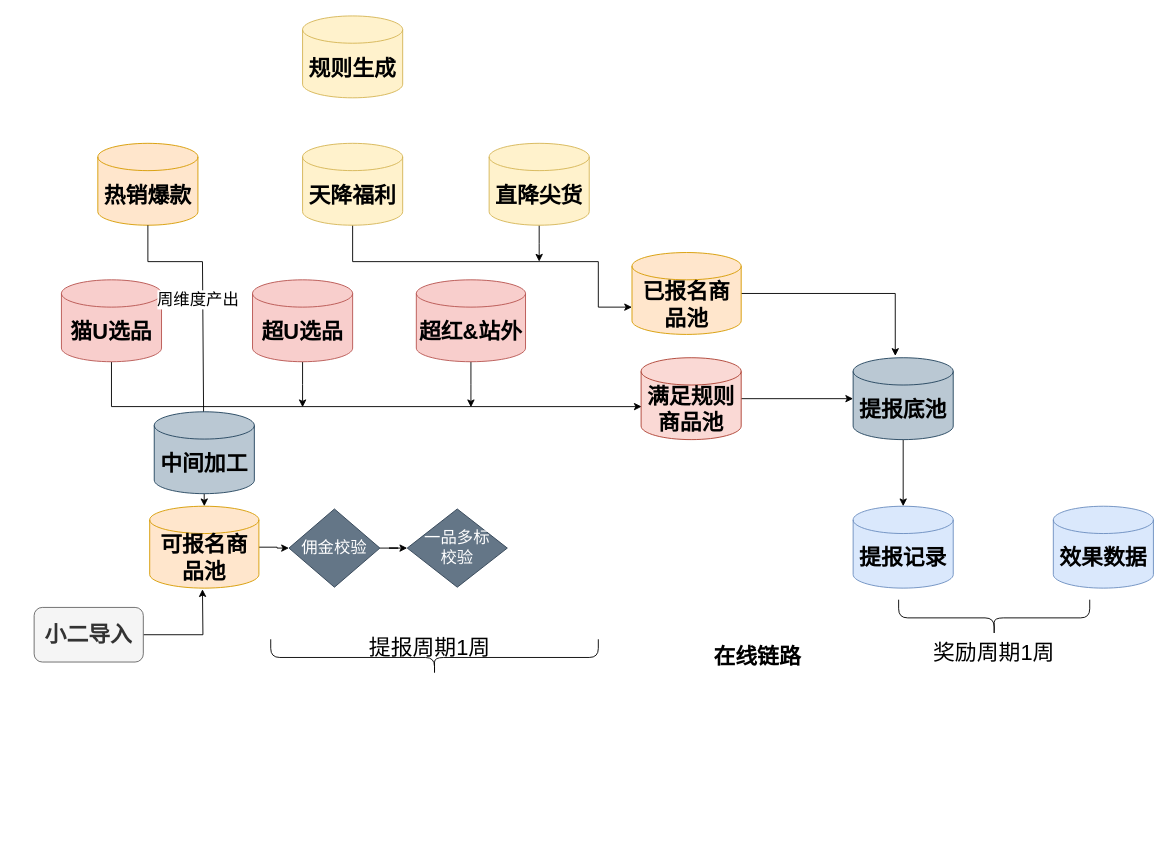
This is 淘客激励升级.drawio from RuishanFang/notes, a draw.io file, before an edit. Source tidied: cells renumbered, new cells numbered last; positions are measured from the earlier drawing's top-left corner, leaving out a move shared by most shapes. Both pictures are drawn from the tidied source at 91%, with x=0, y=0 at pixel (34, 15).
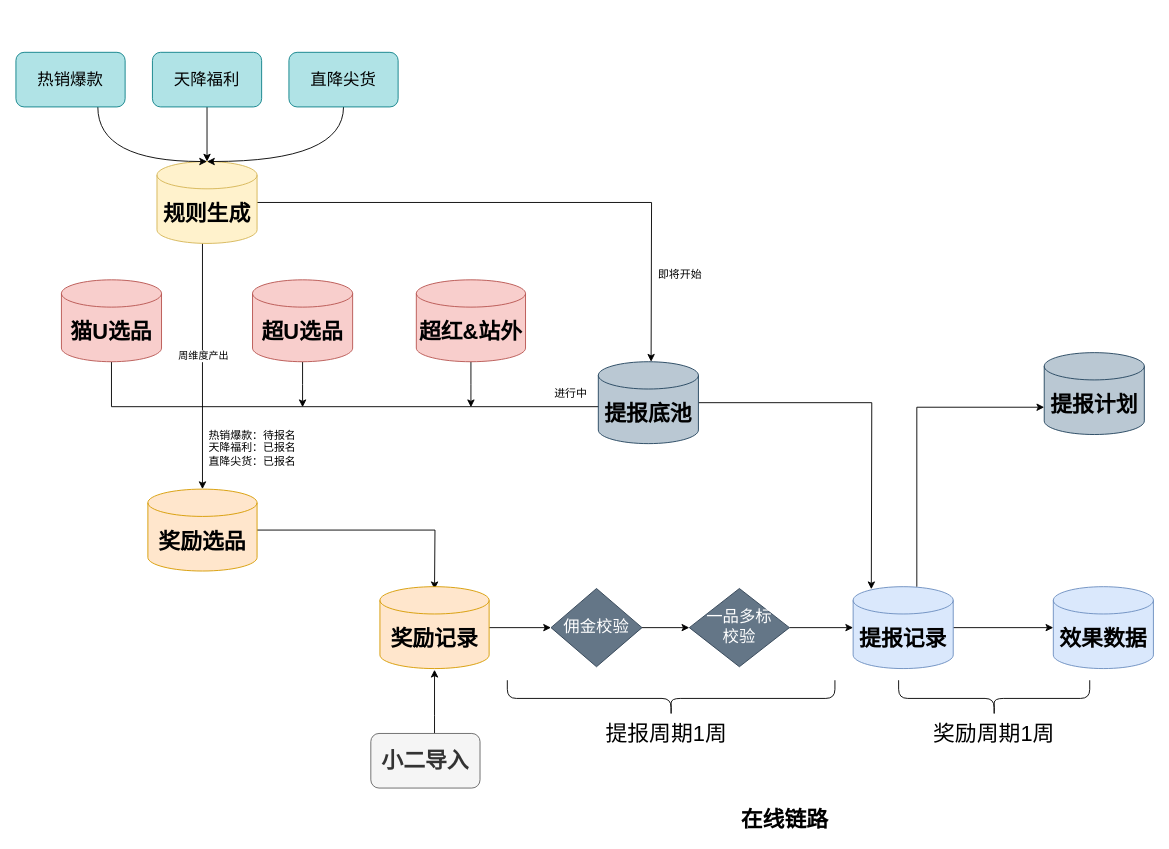
The same page after the edit.

Commit message:
更新淘客激励升级.drawio

The change refers to these unchanged cells:
```xml
<mxCell id="18" value="&lt;span style=&quot;font-size: 24px;&quot;&gt;猫U选品&lt;/span&gt;" style="shape=cylinder3;whiteSpace=wrap;html=1;boundedLbl=1;backgroundOutline=1;size=15;fillColor=#f8cecc;strokeColor=#b85450;fontStyle=1;" parent="1" vertex="1">
  <mxGeometry x="30" y="290" width="110" height="90" as="geometry" />
</mxCell>
```

The edit, as a diff of the source:
```diff
@@
-    <mxCell id="2" value="&lt;span style=&quot;font-size: 24px;&quot;&gt;热销爆款&lt;/span&gt;" style="shape=cylinder3;whiteSpace=wrap;html=1;boundedLbl=1;backgroundOutline=1;size=15;fillColor=#ffe6cc;strokeColor=#d79b00;fontStyle=1;" parent="1" vertex="1">
-      <mxGeometry x="70" y="140" width="110" height="90" as="geometry" />
-    </mxCell>
-    <mxCell id="3" style="edgeStyle=orthogonalEdgeStyle;rounded=0;jettySize=auto;html=1;entryX=0;entryY=0;entryDx=0;entryDy=60;entryPerimeter=0;" parent="1" edge="1" source="4" target="10">
-      <mxGeometry relative="1" as="geometry">
-        <Array as="points">
-          <mxPoint x="350" y="270" />
-          <mxPoint x="620" y="270" />
-          <mxPoint x="620" y="320" />
-        </Array>
-      </mxGeometry>
-    </mxCell>
-    <mxCell id="4" value="&lt;font style=&quot;font-size: 24px;&quot;&gt;&lt;b style=&quot;&quot;&gt;天降福利&lt;/b&gt;&lt;/font&gt;" style="shape=cylinder3;whiteSpace=wrap;html=1;boundedLbl=1;backgroundOutline=1;size=15;fillColor=#fff2cc;strokeColor=#d6b656;" parent="1" vertex="1">
-      <mxGeometry x="295" y="140" width="110" height="90" as="geometry" />
-    </mxCell>
-    <mxCell id="5" style="edgeStyle=orthogonalEdgeStyle;rounded=0;jettySize=auto;html=1;" parent="1" edge="1" source="6">
-      <mxGeometry relative="1" as="geometry">
-        <mxPoint x="555" y="270" as="targetPoint" />
-      </mxGeometry>
-    </mxCell>
-    <mxCell id="6" value="&lt;font style=&quot;font-size: 24px;&quot;&gt;&lt;b style=&quot;&quot;&gt;直降尖货&lt;/b&gt;&lt;/font&gt;" style="shape=cylinder3;whiteSpace=wrap;html=1;boundedLbl=1;backgroundOutline=1;size=15;fillColor=#fff2cc;strokeColor=#d6b656;" parent="1" vertex="1">
-      <mxGeometry x="500" y="140" width="110" height="90" as="geometry" />
-    </mxCell>
-    <mxCell id="7" style="edgeStyle=orthogonalEdgeStyle;rounded=0;jettySize=auto;html=1;" parent="1" edge="1" source="8" target="29">
-      <mxGeometry relative="1" as="geometry" />
-    </mxCell>
+    <mxCell id="37" style="edgeStyle=orthogonalEdgeStyle;rounded=0;jettySize=auto;html=1;" parent="1" edge="1" source="8">
+      <mxGeometry relative="1" as="geometry">
+        <mxPoint x="440" y="630" as="targetPoint" />
+      </mxGeometry>
+    </mxCell>
-    <mxCell id="8" value="&lt;font style=&quot;font-size: 24px;&quot;&gt;&lt;b style=&quot;&quot;&gt;可报名商品池&lt;/b&gt;&lt;/font&gt;" style="shape=cylinder3;whiteSpace=wrap;html=1;boundedLbl=1;backgroundOutline=1;size=15;fillColor=#ffe6cc;strokeColor=#d79b00;" parent="1" vertex="1">
-      <mxGeometry x="127" y="538.8" width="120" height="90" as="geometry" />
+    <mxCell id="8" value="&lt;span style=&quot;font-size: 24px;&quot;&gt;&lt;b&gt;奖励选品&lt;/b&gt;&lt;/span&gt;" style="shape=cylinder3;whiteSpace=wrap;html=1;boundedLbl=1;backgroundOutline=1;size=15;fillColor=#ffe6cc;strokeColor=#d79b00;" parent="1" vertex="1">
+      <mxGeometry x="125" y="520" width="120" height="90" as="geometry" />
     </mxCell>
-    <mxCell id="9" style="edgeStyle=orthogonalEdgeStyle;rounded=0;jettySize=auto;html=1;entryX=0.421;entryY=-0.022;entryDx=0;entryDy=0;entryPerimeter=0;" parent="1" edge="1" source="10" target="34">
-      <mxGeometry relative="1" as="geometry" />
-    </mxCell>
-    <mxCell id="10" value="&lt;span style=&quot;font-size: 24px;&quot;&gt;&lt;b&gt;已报名商品池&lt;/b&gt;&lt;/span&gt;" style="shape=cylinder3;whiteSpace=wrap;html=1;boundedLbl=1;backgroundOutline=1;size=15;fillColor=#ffe6cc;strokeColor=#d79b00;" parent="1" vertex="1">
-      <mxGeometry x="657" y="260" width="120" height="90" as="geometry" />
-    </mxCell>
+    <mxCell id="38" style="edgeStyle=orthogonalEdgeStyle;rounded=0;jettySize=auto;html=1;" parent="1" edge="1" source="11" target="12">
+      <mxGeometry relative="1" as="geometry" />
+    </mxCell>
     <mxCell id="11" value="&lt;font style=&quot;font-size: 24px;&quot;&gt;&lt;b style=&quot;&quot;&gt;提报记录&lt;/b&gt;&lt;/font&gt;" style="shape=cylinder3;whiteSpace=wrap;html=1;boundedLbl=1;backgroundOutline=1;size=15;fillColor=#dae8fc;strokeColor=#6c8ebf;" parent="1" vertex="1">
-      <mxGeometry x="900" y="538.8" width="110" height="90" as="geometry" />
+      <mxGeometry x="900" y="627.2" width="110" height="90" as="geometry" />
     </mxCell>
     <mxCell id="12" value="&lt;font style=&quot;font-size: 24px;&quot;&gt;&lt;b style=&quot;&quot;&gt;效果数据&lt;/b&gt;&lt;/font&gt;" style="shape=cylinder3;whiteSpace=wrap;html=1;boundedLbl=1;backgroundOutline=1;size=15;fillColor=#dae8fc;strokeColor=#6c8ebf;" parent="1" vertex="1">
-      <mxGeometry x="1120" y="538.8" width="110" height="90" as="geometry" />
+      <mxGeometry x="1120" y="627.2" width="110" height="90" as="geometry" />
     </mxCell>
     <mxCell id="13" style="shape=curlyBracket;whiteSpace=wrap;html=1;rounded=1;labelPosition=left;verticalLabelPosition=middle;align=right;verticalAlign=middle;rotation=-90;" parent="1" vertex="1">
-      <mxGeometry x="420" y="525" width="40" height="360" as="geometry" />
+      <mxGeometry x="680" y="570" width="40" height="360" as="geometry" />
     </mxCell>
     <mxCell id="14" style="shape=curlyBracket;whiteSpace=wrap;html=1;rounded=1;labelPosition=left;verticalLabelPosition=middle;align=right;verticalAlign=middle;rotation=-90;" parent="1" vertex="1">
-      <mxGeometry x="1035" y="556.5" width="40" height="210" as="geometry" />
+      <mxGeometry x="1035" y="645" width="40" height="210" as="geometry" />
     </mxCell>
     <mxCell id="15" value="&lt;font style=&quot;font-size: 24px;&quot;&gt;提报周期1周&lt;/font&gt;" style="text;html=1;strokeColor=none;fillColor=none;align=center;verticalAlign=middle;whiteSpace=wrap;rounded=0;" parent="1" vertex="1">
-      <mxGeometry x="360" y="680" width="150" height="30" as="geometry" />
+      <mxGeometry x="620" y="773.8" width="150" height="30" as="geometry" />
     </mxCell>
     <mxCell id="16" value="&lt;font style=&quot;font-size: 24px;&quot;&gt;奖励周期1周&lt;/font&gt;" style="text;html=1;strokeColor=none;fillColor=none;align=center;verticalAlign=middle;whiteSpace=wrap;rounded=0;" parent="1" vertex="1">
-      <mxGeometry x="980" y="685.2" width="150" height="30" as="geometry" />
+      <mxGeometry x="980" y="773.8" width="150" height="30" as="geometry" />
     </mxCell>
-    <mxCell id="17" style="edgeStyle=orthogonalEdgeStyle;rounded=0;jettySize=auto;html=1;entryX=0.006;entryY=0.597;entryDx=0;entryDy=0;entryPerimeter=0;" parent="1" edge="1" source="18" target="31">
+    <mxCell id="17" style="edgeStyle=orthogonalEdgeStyle;rounded=0;jettySize=auto;html=1;entryX=0.006;entryY=0.597;entryDx=0;entryDy=0;entryPerimeter=0;" parent="1" edge="1" source="18">
       <mxGeometry relative="1" as="geometry">
+        <mxPoint x="667.7" y="429.4" as="targetPoint" />
         <Array as="points">
           <mxPoint x="85" y="429" />
         </Array>
       </mxGeometry>
     </mxCell>
@@
     <mxCell id="23" style="edgeStyle=orthogonalEdgeStyle;rounded=0;jettySize=auto;html=1;" parent="1" edge="1" source="24">
       <mxGeometry relative="1" as="geometry">
-        <mxPoint x="185" y="630" as="targetPoint" />
+        <mxPoint x="440" y="718.5" as="targetPoint" />
+        <Array as="points">
+          <mxPoint x="440" y="768.5" />
+          <mxPoint x="440" y="718.5" />
+        </Array>
       </mxGeometry>
     </mxCell>
     <mxCell id="24" value="&lt;font style=&quot;font-size: 24px;&quot;&gt;&lt;b&gt;小二导入&lt;/b&gt;&lt;/font&gt;" style="rounded=1;whiteSpace=wrap;html=1;fillColor=#f5f5f5;fontColor=#333333;strokeColor=#666666;" parent="1" vertex="1">
-      <mxGeometry y="650" width="120" height="60" as="geometry" />
+      <mxGeometry x="370" y="788.5" width="120" height="60" as="geometry" />
     </mxCell>
     <mxCell id="25" value="&lt;font style=&quot;font-size: 24px;&quot;&gt;&lt;b&gt;在线链路&lt;/b&gt;&lt;/font&gt;" style="text;html=1;strokeColor=none;fillColor=none;align=center;verticalAlign=middle;whiteSpace=wrap;rounded=0;" parent="1" vertex="1">
-      <mxGeometry x="740" y="690" width="110" height="30" as="geometry" />
+      <mxGeometry x="770" y="868.5" width="110" height="30" as="geometry" />
     </mxCell>
-    <mxCell id="26" style="endArrow=classic;html=1;rounded=0;exitX=0.5;exitY=1;exitDx=0;exitDy=0;exitPerimeter=0;entryX=0.5;entryY=0;entryDx=0;entryDy=0;entryPerimeter=0;" parent="1" edge="1" source="2" target="8">
-      <mxGeometry relative="1" as="geometry">
-        <Array as="points">
-          <mxPoint x="125" y="270" />
-          <mxPoint x="185" y="270" />
-        </Array>
-      </mxGeometry>
-    </mxCell>
-    <mxCell id="27" value="&lt;font style=&quot;font-size: 18px;&quot;&gt;周维度产出&lt;/font&gt;" style="edgeLabel;html=1;align=center;verticalAlign=middle;" parent="26" vertex="1">
-      <mxGeometry x="0.12" y="-2" relative="1" as="geometry">
-        <mxPoint x="-4" y="-66" as="offset" />
-      </mxGeometry>
-    </mxCell>
@@
     <mxCell id="29" value="&lt;font style=&quot;font-size: 18px;&quot;&gt;佣金校验&lt;/font&gt;" style="rhombus;whiteSpace=wrap;html=1;fillColor=#647687;fontColor=#ffffff;strokeColor=#314354;" parent="1" vertex="1">
-      <mxGeometry x="280" y="541.8" width="100" height="86" as="geometry" />
+      <mxGeometry x="568" y="629.2" width="100" height="86" as="geometry" />
     </mxCell>
-    <mxCell id="30" style="edgeStyle=orthogonalEdgeStyle;rounded=0;jettySize=auto;html=1;" parent="1" edge="1" source="31" target="34">
-      <mxGeometry relative="1" as="geometry" />
-    </mxCell>
-    <mxCell id="31" value="&lt;font style=&quot;font-size: 24px;&quot;&gt;&lt;b style=&quot;&quot;&gt;满足规则商品池&lt;/b&gt;&lt;/font&gt;" style="shape=cylinder3;whiteSpace=wrap;html=1;boundedLbl=1;backgroundOutline=1;size=15;fillColor=#fad9d5;strokeColor=#ae4132;" parent="1" vertex="1">
-      <mxGeometry x="667" y="375.6" width="110" height="90" as="geometry" />
-    </mxCell>
+    <mxCell id="39" style="edgeStyle=orthogonalEdgeStyle;rounded=0;jettySize=auto;html=1;" parent="1" edge="1" source="32" target="11">
+      <mxGeometry relative="1" as="geometry" />
+    </mxCell>
     <mxCell id="32" value="&lt;font style=&quot;font-size: 18px;&quot;&gt;一品多标&lt;br&gt;校验&lt;/font&gt;" style="rhombus;whiteSpace=wrap;html=1;fillColor=#647687;fontColor=#ffffff;strokeColor=#314354;" parent="1" vertex="1">
-      <mxGeometry x="410" y="541.8" width="110" height="86" as="geometry" />
+      <mxGeometry x="720" y="629.2" width="110" height="86" as="geometry" />
     </mxCell>
-    <mxCell id="33" style="edgeStyle=orthogonalEdgeStyle;rounded=0;jettySize=auto;html=1;" parent="1" edge="1" source="34" target="11">
-      <mxGeometry relative="1" as="geometry" />
-    </mxCell>
+    <mxCell id="40" style="edgeStyle=orthogonalEdgeStyle;rounded=0;jettySize=auto;html=1;" parent="1" edge="1" source="34">
+      <mxGeometry relative="1" as="geometry">
+        <mxPoint x="920" y="630" as="targetPoint" />
+      </mxGeometry>
+    </mxCell>
     <mxCell id="34" value="&lt;span style=&quot;font-size: 24px;&quot;&gt;&lt;b&gt;提报底池&lt;/b&gt;&lt;/span&gt;" style="shape=cylinder3;whiteSpace=wrap;html=1;boundedLbl=1;backgroundOutline=1;size=15;fillColor=#bac8d3;strokeColor=#23445d;" parent="1" vertex="1">
-      <mxGeometry x="900" y="375.6" width="110" height="90" as="geometry" />
+      <mxGeometry x="620" y="380" width="110" height="90" as="geometry" />
     </mxCell>
+    <mxCell id="41" style="edgeStyle=orthogonalEdgeStyle;rounded=0;jettySize=auto;html=1;entryX=0.5;entryY=0;entryDx=0;entryDy=0;entryPerimeter=0;" parent="1" edge="1" source="35" target="8">
+      <mxGeometry relative="1" as="geometry">
+        <Array as="points">
+          <mxPoint x="185" y="220" />
+          <mxPoint x="185" y="220" />
+        </Array>
+      </mxGeometry>
+    </mxCell>
+    <mxCell id="27" value="周维度产出" style="edgeLabel;html=1;align=center;verticalAlign=middle;" parent="41" vertex="1">
+      <mxGeometry x="-0.09" relative="1" as="geometry" />
+    </mxCell>
+    <mxCell id="42" style="edgeStyle=orthogonalEdgeStyle;rounded=0;jettySize=auto;html=1;" parent="1" edge="1" source="35">
+      <mxGeometry relative="1" as="geometry">
+        <mxPoint x="678" y="380" as="targetPoint" />
+      </mxGeometry>
+    </mxCell>
     <mxCell id="35" value="&lt;font style=&quot;font-size: 24px;&quot;&gt;&lt;b style=&quot;&quot;&gt;规则生成&lt;/b&gt;&lt;/font&gt;" style="shape=cylinder3;whiteSpace=wrap;html=1;boundedLbl=1;backgroundOutline=1;size=15;fillColor=#fff2cc;strokeColor=#d6b656;" parent="1" vertex="1">
-      <mxGeometry x="295" width="110" height="90" as="geometry" />
+      <mxGeometry x="135" y="160" width="110" height="90" as="geometry" />
     </mxCell>
-    <mxCell id="36" value="&lt;span style=&quot;font-size: 24px;&quot;&gt;&lt;b&gt;中间加工&lt;/b&gt;&lt;/span&gt;" style="shape=cylinder3;whiteSpace=wrap;html=1;boundedLbl=1;backgroundOutline=1;size=15;fillColor=#bac8d3;strokeColor=#23445d;" parent="1" vertex="1">
-      <mxGeometry x="132" y="435" width="110" height="90" as="geometry" />
-    </mxCell>
+    <mxCell id="43" style="edgeStyle=orthogonalEdgeStyle;rounded=0;jettySize=auto;html=1;" parent="1" edge="1" source="44" target="29">
+      <mxGeometry relative="1" as="geometry" />
+    </mxCell>
+    <mxCell id="44" value="&lt;span style=&quot;font-size: 24px;&quot;&gt;&lt;b&gt;奖励记录&lt;/b&gt;&lt;/span&gt;" style="shape=cylinder3;whiteSpace=wrap;html=1;boundedLbl=1;backgroundOutline=1;size=15;fillColor=#ffe6cc;strokeColor=#d79b00;" parent="1" vertex="1">
+      <mxGeometry x="380" y="627.2" width="120" height="90" as="geometry" />
+    </mxCell>
+    <mxCell id="45" value="热销爆款：待报名&lt;br&gt;天降福利：已报名&lt;br&gt;直降尖货：已报名" style="text;html=1;strokeColor=none;fillColor=none;align=center;verticalAlign=middle;whiteSpace=wrap;rounded=0;" parent="1" vertex="1">
+      <mxGeometry x="190" y="460" width="100" height="30" as="geometry" />
+    </mxCell>
+    <mxCell id="46" value="进行中" style="text;html=1;strokeColor=none;fillColor=none;align=center;verticalAlign=middle;whiteSpace=wrap;rounded=0;" parent="1" vertex="1">
+      <mxGeometry x="560" y="400" width="60" height="30" as="geometry" />
+    </mxCell>
+    <mxCell id="47" value="即将开始" style="text;html=1;strokeColor=none;fillColor=none;align=center;verticalAlign=middle;whiteSpace=wrap;rounded=0;" parent="1" vertex="1">
+      <mxGeometry x="680" y="270" width="60" height="30" as="geometry" />
+    </mxCell>
+    <mxCell id="48" value="&lt;span style=&quot;font-size: 24px;&quot;&gt;&lt;b&gt;提报计划&lt;/b&gt;&lt;/span&gt;" style="shape=cylinder3;whiteSpace=wrap;html=1;boundedLbl=1;backgroundOutline=1;size=15;fillColor=#bac8d3;strokeColor=#23445d;" parent="1" vertex="1">
+      <mxGeometry x="1110" y="370" width="110" height="90" as="geometry" />
+    </mxCell>
+    <mxCell id="49" style="edgeStyle=orthogonalEdgeStyle;rounded=0;jettySize=auto;html=1;curved=1;" parent="1" edge="1" source="2">
+      <mxGeometry relative="1" as="geometry">
+        <mxPoint x="190" y="160" as="targetPoint" />
+        <Array as="points">
+          <mxPoint x="70" y="160" />
+        </Array>
+      </mxGeometry>
+    </mxCell>
+    <mxCell id="2" value="&lt;font style=&quot;font-size: 18px;&quot;&gt;热销爆款&lt;/font&gt;" style="rounded=1;whiteSpace=wrap;html=1;fillColor=#b0e3e6;strokeColor=#0e8088;" parent="1" vertex="1">
+      <mxGeometry x="-20" y="40" width="120" height="60" as="geometry" />
+    </mxCell>
+    <mxCell id="50" style="edgeStyle=orthogonalEdgeStyle;rounded=0;jettySize=auto;html=1;" parent="1" edge="1" source="4" target="35">
+      <mxGeometry relative="1" as="geometry" />
+    </mxCell>
+    <mxCell id="4" value="&lt;font style=&quot;font-size: 18px;&quot;&gt;天降福利&lt;/font&gt;" style="rounded=1;whiteSpace=wrap;html=1;fillColor=#b0e3e6;strokeColor=#0e8088;" parent="1" vertex="1">
+      <mxGeometry x="130" y="40" width="120" height="60" as="geometry" />
+    </mxCell>
+    <mxCell id="51" style="edgeStyle=orthogonalEdgeStyle;rounded=0;jettySize=auto;html=1;curved=1;" parent="1" edge="1" source="6">
+      <mxGeometry relative="1" as="geometry">
+        <mxPoint x="190" y="160" as="targetPoint" />
+        <Array as="points">
+          <mxPoint x="340" y="160" />
+        </Array>
+      </mxGeometry>
+    </mxCell>
+    <mxCell id="6" value="&lt;font style=&quot;font-size: 18px;&quot;&gt;直降尖货&lt;/font&gt;" style="rounded=1;whiteSpace=wrap;html=1;fillColor=#b0e3e6;strokeColor=#0e8088;" parent="1" vertex="1">
+      <mxGeometry x="280" y="40" width="120" height="60" as="geometry" />
+    </mxCell>
+    <mxCell id="52" style="endArrow=classic;html=1;rounded=0;entryX=0;entryY=0;entryDx=0;entryDy=60;entryPerimeter=0;" parent="1" edge="1" target="48">
+      <mxGeometry relative="1" as="geometry">
+        <mxPoint x="970" y="627.2" as="sourcePoint" />
+        <Array as="points">
+          <mxPoint x="970" y="430" />
+        </Array>
+      </mxGeometry>
+    </mxCell>
```
